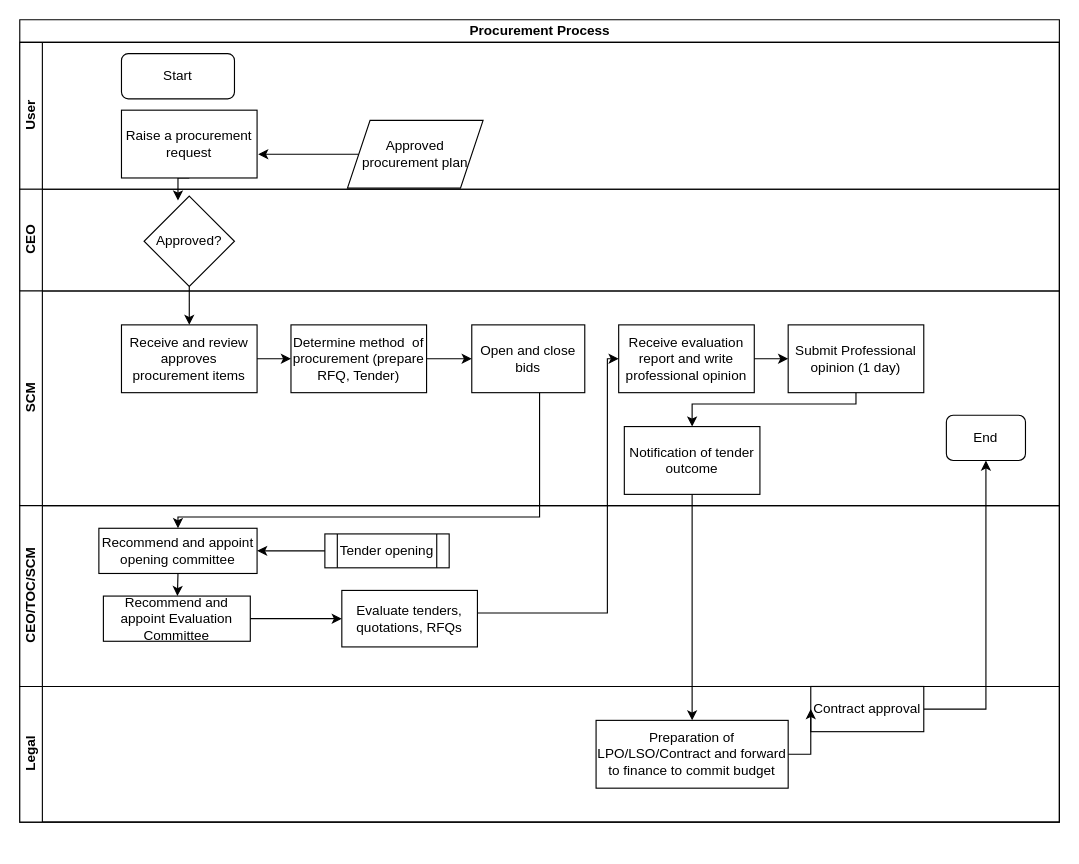
Above: Procurement Process for Goods.drawio in kmagua/flowcharts (draw.io), before the change. Source tidied: cells renumbered, new cells numbered last; positions are measured from the earlier drawing's top-left corner, leaving out a move shared by most shapes. Both pictures are drawn from the tidied source at 113%, with x=0, y=0 at pixel (19, 19).
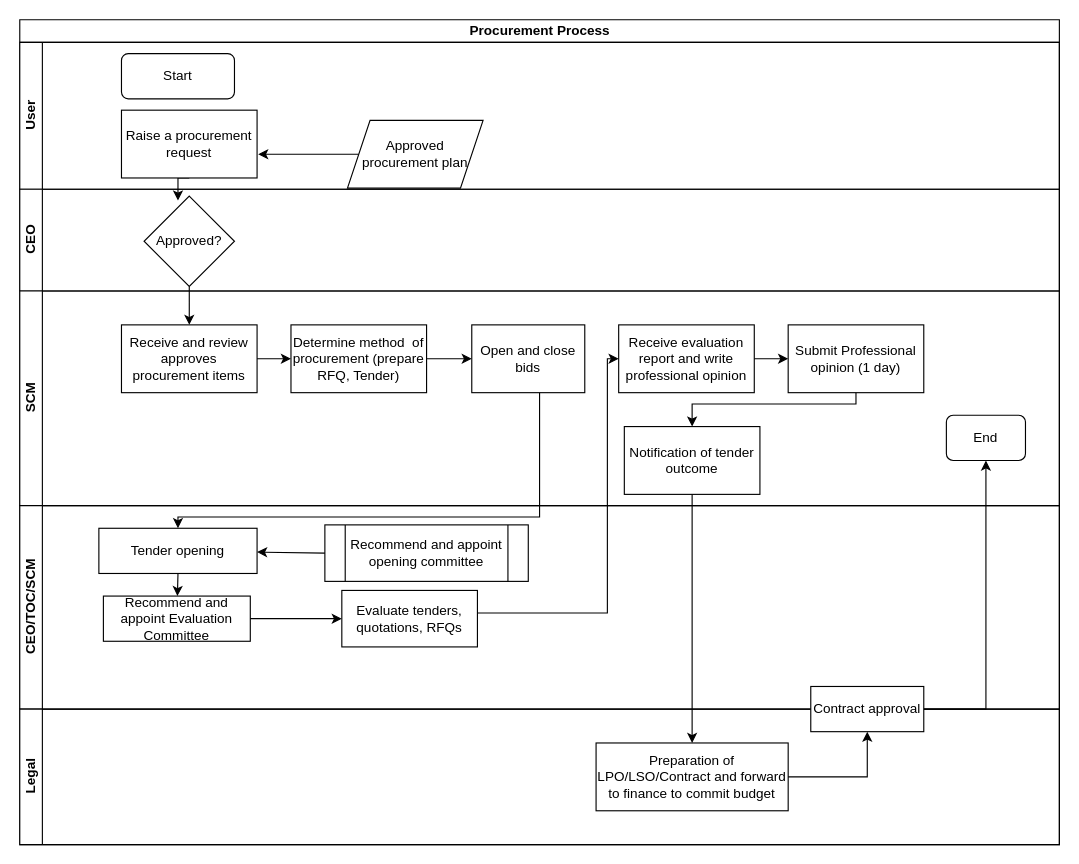
Above is the later version.

The edit, as a diff of the source:
```diff
@@
     <mxCell id="3" value="Procurement Process" style="swimlane;html=1;horizontal=1;startSize=20;" parent="1" vertex="1">
-      <mxGeometry width="920" height="710" as="geometry" />
+      <mxGeometry width="920" height="730" as="geometry" />
     </mxCell>
@@
     <mxCell id="23" value="CEO/TOC/SCM" style="swimlane;html=1;startSize=20;horizontal=0;" parent="3" vertex="1">
-      <mxGeometry y="430" width="920" height="160" as="geometry" />
+      <mxGeometry y="430" width="920" height="180" as="geometry" />
     </mxCell>
-    <mxCell id="24" value="Recommend and appoint opening committee" style="whiteSpace=wrap;html=1;rounded=0;" parent="23" vertex="1">
+    <mxCell id="24" value="Tender opening" style="whiteSpace=wrap;html=1;rounded=0;" parent="23" vertex="1">
       <mxGeometry x="70" y="20" width="140" height="40" as="geometry" />
     </mxCell>
-    <mxCell id="25" value="Tender opening" style="shape=process;whiteSpace=wrap;html=1;backgroundOutline=1;" parent="23" vertex="1">
-      <mxGeometry x="270" y="25" width="110" height="30" as="geometry" />
+    <mxCell id="25" value="Recommend and appoint opening committee" style="shape=process;whiteSpace=wrap;html=1;backgroundOutline=1;" parent="23" vertex="1">
+      <mxGeometry x="270" y="17" width="180" height="50" as="geometry" />
     </mxCell>
@@
     <mxCell id="29" value="Legal" style="swimlane;html=1;startSize=20;horizontal=0;" parent="3" vertex="1">
-      <mxGeometry y="590" width="920" height="120" as="geometry" />
+      <mxGeometry y="610" width="920" height="120" as="geometry" />
     </mxCell>
```
